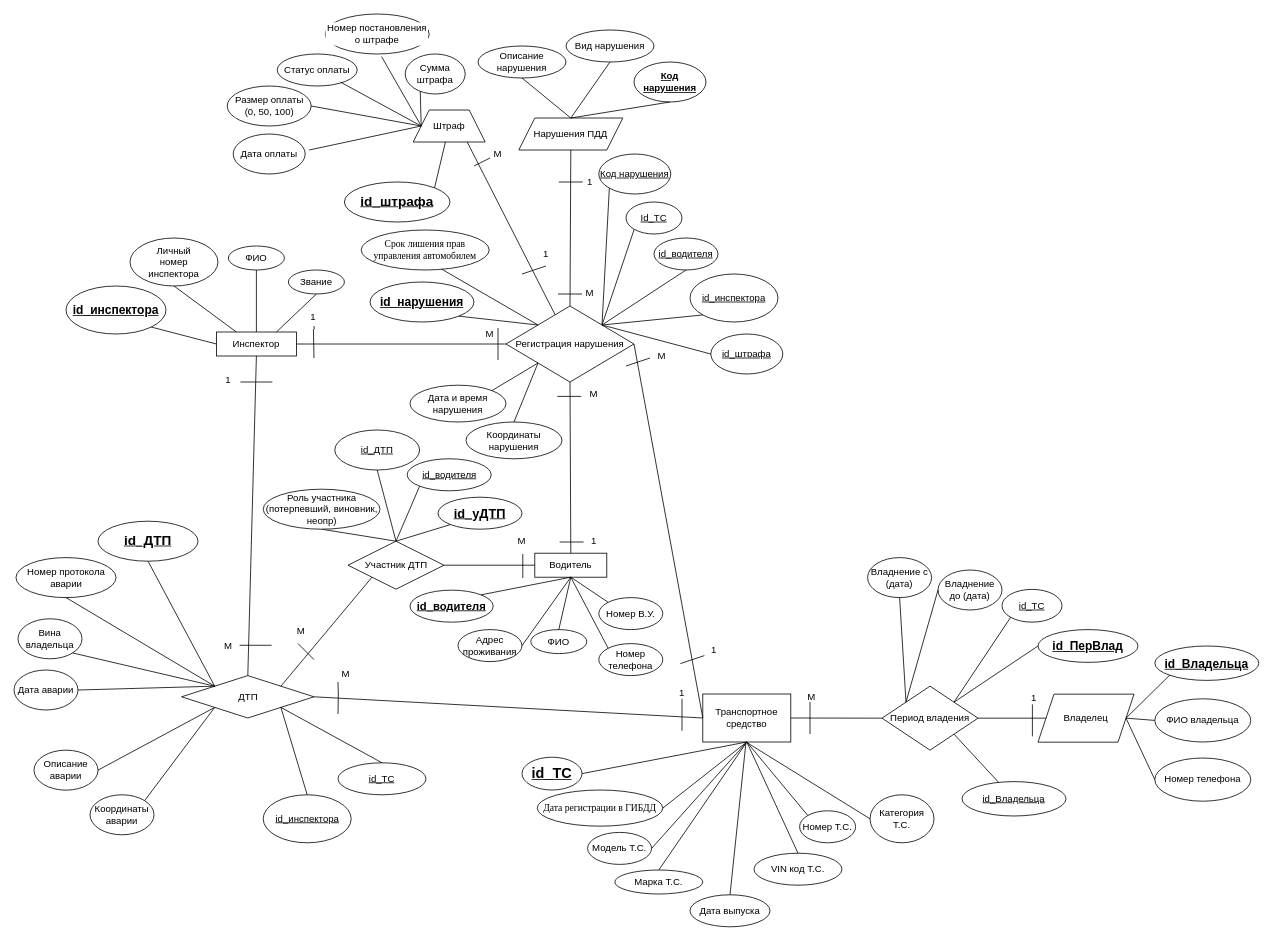
GAIshnik02/dbLab2 keeps this draw.io diagram as Диаграмма без названия.drawio. Above is the earlier version. Source tidied: cells renumbered, new cells numbered last; positions are measured from the earlier drawing's top-left corner, leaving out a move shared by most shapes. Both pictures are drawn from the tidied source at 80%, with x=0, y=0 at pixel (14, 14).
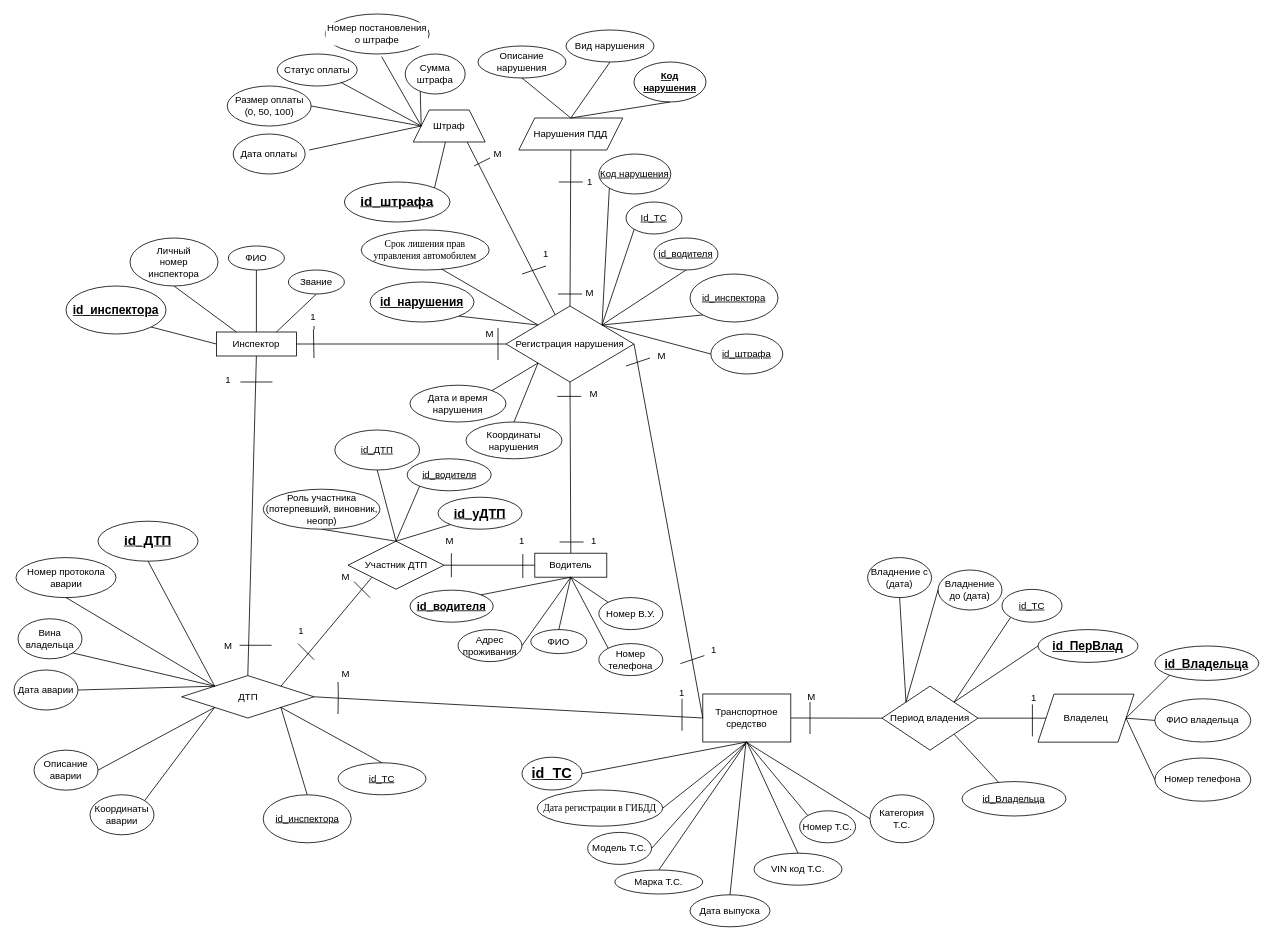
The same diagram, later.

Diff of the diagram source:
```diff
@@
     <mxCell id="131" value="M" style="text;strokeColor=none;align=center;fillColor=none;html=1;verticalAlign=middle;whiteSpace=wrap;rounded=0;" parent="1" vertex="1">
-      <mxGeometry x="605" y="644" width="60" height="30" as="geometry" />
+      <mxGeometry x="515" y="644" width="60" height="30" as="geometry" />
     </mxCell>
-    <mxCell id="132" value="M" style="text;strokeColor=none;align=center;fillColor=none;html=1;verticalAlign=middle;whiteSpace=wrap;rounded=0;" parent="1" vertex="1">
+    <mxCell id="132" value="1" style="text;strokeColor=none;align=center;fillColor=none;html=1;verticalAlign=middle;whiteSpace=wrap;rounded=0;" parent="1" vertex="1">
       <mxGeometry x="329" y="756" width="60" height="30" as="geometry" />
     </mxCell>
@@
+    <mxCell id="171" style="endArrow=none;html=1;rounded=0;" parent="1" edge="1">
+      <mxGeometry relative="1" as="geometry">
+        <mxPoint x="425" y="709.5" as="sourcePoint" />
+        <mxPoint x="445" y="729.5" as="targetPoint" />
+      </mxGeometry>
+    </mxCell>
+    <mxCell id="172" style="endArrow=none;html=1;rounded=0;" parent="1" edge="1">
+      <mxGeometry relative="1" as="geometry">
+        <mxPoint x="546.7" y="704" as="sourcePoint" />
+        <mxPoint x="546.7" y="674" as="targetPoint" />
+      </mxGeometry>
+    </mxCell>
+    <mxCell id="173" value="1" style="text;strokeColor=none;align=center;fillColor=none;html=1;verticalAlign=middle;whiteSpace=wrap;rounded=0;" parent="1" vertex="1">
+      <mxGeometry x="605" y="644" width="60" height="30" as="geometry" />
+    </mxCell>
+    <mxCell id="174" value="M" style="text;strokeColor=none;align=center;fillColor=none;html=1;verticalAlign=middle;whiteSpace=wrap;rounded=0;" parent="1" vertex="1">
+      <mxGeometry x="385" y="689" width="60" height="30" as="geometry" />
+    </mxCell>
```
